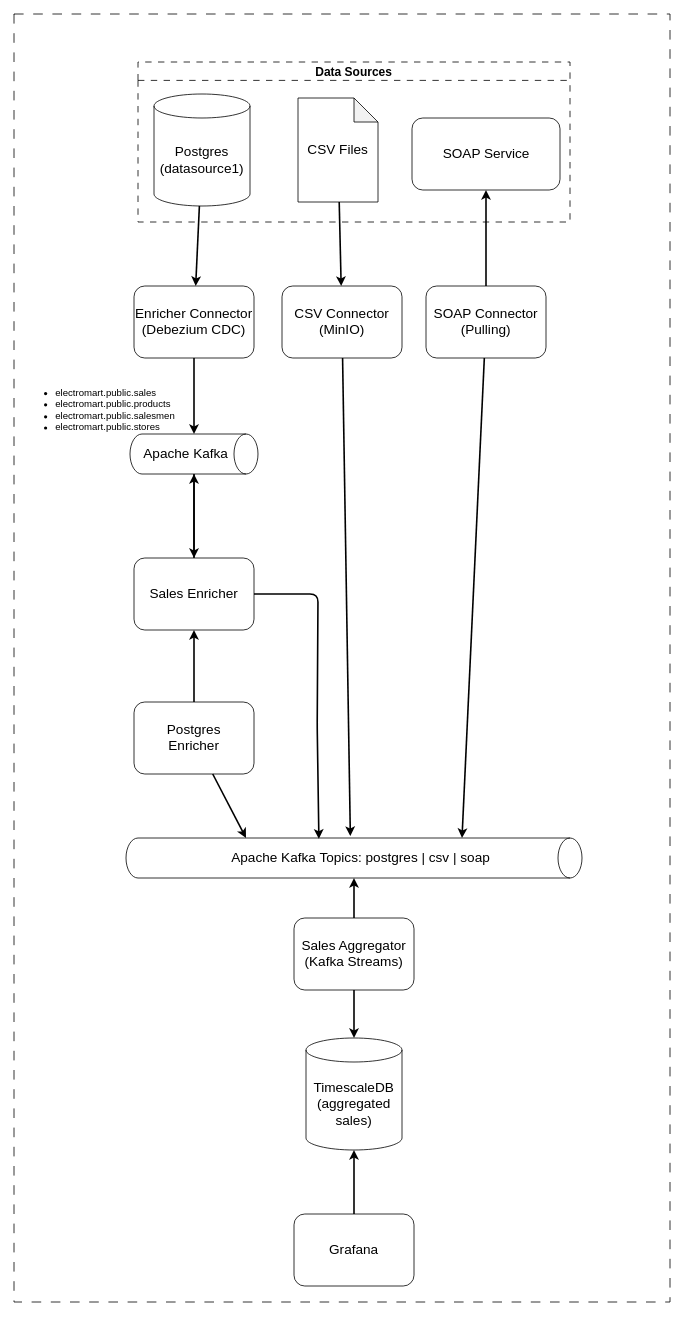
Earlier version of the draw.io diagram data/salesman-kata-v2/diagrams/solutions.drawio (codegik/team-red). Source tidied: cells renumbered, new cells numbered last; positions are measured from the earlier drawing's top-left corner, leaving out a move shared by most shapes. Both pictures are drawn from the tidied source at 80%, with x=0, y=0 at pixel (14, 14).
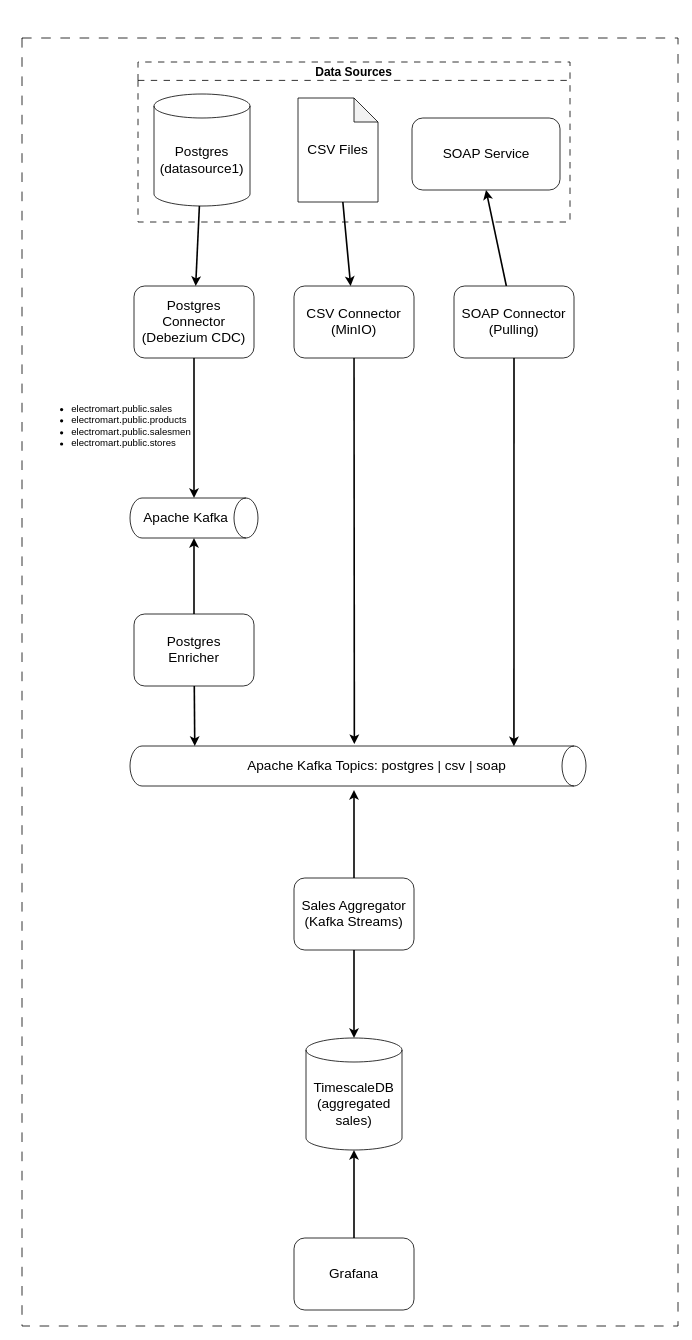
The same diagram, later.

Commit message (it also covers changes not shown here):
Revert "fixing sales enricher"

What changed in the source:
```diff
@@
     <mxCell id="2" style="rounded=0;whiteSpace=wrap;html=1;dashed=1;dashPattern=12 12;" parent="1" vertex="1">
-      <mxGeometry width="820" height="1610" as="geometry" />
+      <mxGeometry x="10" y="30" width="820" height="1610" as="geometry" />
     </mxCell>
@@
-    <mxCell id="7" value="&lt;font style=&quot;font-size: 17px;&quot;&gt;Enricher Connector&lt;/font&gt;&lt;div&gt;&lt;font style=&quot;font-size: 17px;&quot;&gt;(Debezium CDC)&lt;/font&gt;&lt;/div&gt;" style="rounded=1;whiteSpace=wrap;html=1;" parent="1" vertex="1">
+    <mxCell id="7" value="&lt;font style=&quot;font-size: 17px;&quot;&gt;Postgres Connector&lt;/font&gt;&lt;div&gt;&lt;font style=&quot;font-size: 17px;&quot;&gt;(Debezium CDC)&lt;/font&gt;&lt;/div&gt;" style="rounded=1;whiteSpace=wrap;html=1;" parent="1" vertex="1">
       <mxGeometry x="150" y="340" width="150" height="90" as="geometry" />
     </mxCell>
     <mxCell id="8" value="&lt;font style=&quot;font-size: 17px;&quot;&gt;Postgres&lt;/font&gt;&lt;div&gt;&lt;font style=&quot;font-size: 17px;&quot;&gt;Enricher&lt;/font&gt;&lt;/div&gt;" style="rounded=1;whiteSpace=wrap;html=1;" parent="1" vertex="1">
-      <mxGeometry x="150" y="860" width="150" height="90" as="geometry" />
+      <mxGeometry x="150" y="750" width="150" height="90" as="geometry" />
     </mxCell>
     <mxCell id="9" value="&lt;font style=&quot;font-size: 17px;&quot;&gt;CSV Connector&lt;/font&gt;&lt;div&gt;&lt;font style=&quot;font-size: 17px;&quot;&gt;(MinIO)&lt;/font&gt;&lt;/div&gt;" style="rounded=1;whiteSpace=wrap;html=1;" parent="1" vertex="1">
-      <mxGeometry x="335" y="340" width="150" height="90" as="geometry" />
+      <mxGeometry x="350" y="340" width="150" height="90" as="geometry" />
     </mxCell>
@@
-    <mxCell id="11" style="edgeStyle=none;html=1;entryX=0;entryY=0;entryDx=0;entryDy=150;entryPerimeter=0;strokeWidth=2;" parent="1" edge="1" source="12" target="15">
+    <mxCell id="11" style="edgeStyle=none;html=1;entryX=0.008;entryY=0.158;entryDx=0;entryDy=0;entryPerimeter=0;strokeWidth=2;" parent="1" edge="1" source="12" target="15">
       <mxGeometry relative="1" as="geometry" />
     </mxCell>
     <mxCell id="12" value="&lt;span style=&quot;font-size: 17px;&quot;&gt;SOAP Connector&lt;/span&gt;&lt;div&gt;&lt;span style=&quot;font-size: 17px;&quot;&gt;(Pulling)&lt;/span&gt;&lt;/div&gt;" style="rounded=1;whiteSpace=wrap;html=1;" parent="1" vertex="1">
-      <mxGeometry x="515" y="340" width="150" height="90" as="geometry" />
+      <mxGeometry x="550" y="340" width="150" height="90" as="geometry" />
     </mxCell>
     <mxCell id="13" style="shape=cylinder3;whiteSpace=wrap;html=1;boundedLbl=1;backgroundOutline=1;size=15;rotation=90;" parent="1" vertex="1">
-      <mxGeometry x="200" y="470" width="50" height="160" as="geometry" />
+      <mxGeometry x="200" y="550" width="50" height="160" as="geometry" />
     </mxCell>
     <mxCell id="14" value="&lt;font style=&quot;font-size: 17px;&quot;&gt;Apache Kafka&lt;/font&gt;" style="text;html=1;align=center;verticalAlign=middle;whiteSpace=wrap;rounded=0;" parent="1" vertex="1">
-      <mxGeometry x="160" y="535" width="110" height="30" as="geometry" />
+      <mxGeometry x="160" y="615" width="110" height="30" as="geometry" />
     </mxCell>
     <mxCell id="15" style="shape=cylinder3;whiteSpace=wrap;html=1;boundedLbl=1;backgroundOutline=1;size=15;rotation=90;" parent="1" vertex="1">
-      <mxGeometry x="400" y="770" width="50" height="570" as="geometry" />
+      <mxGeometry x="405" y="655" width="50" height="570" as="geometry" />
     </mxCell>
     <mxCell id="16" value="&lt;font style=&quot;font-size: 17px;&quot;&gt;Apache Kafka Topics: postgres | csv | soap&lt;/font&gt;" style="text;html=1;align=left;verticalAlign=middle;whiteSpace=wrap;rounded=0;" parent="1" vertex="1">
-      <mxGeometry x="270" y="1040" width="340" height="30" as="geometry" />
+      <mxGeometry x="290" y="925" width="340" height="30" as="geometry" />
     </mxCell>
@@
-    <mxCell id="20" style="edgeStyle=none;html=1;entryX=1;entryY=0.5;entryDx=0;entryDy=0;entryPerimeter=0;strokeWidth=2;" parent="1" edge="1" source="33" target="13">
+    <mxCell id="20" style="edgeStyle=none;html=1;entryX=1;entryY=0.5;entryDx=0;entryDy=0;entryPerimeter=0;strokeWidth=2;" parent="1" edge="1" source="8" target="13">
       <mxGeometry relative="1" as="geometry" />
     </mxCell>
@@
-    <mxCell id="22" style="edgeStyle=none;html=1;entryX=0;entryY=0;entryDx=0;entryDy=420;entryPerimeter=0;strokeWidth=2;" parent="1" edge="1" source="8" target="15">
+    <mxCell id="22" style="edgeStyle=none;html=1;entryX=0.001;entryY=0.858;entryDx=0;entryDy=0;entryPerimeter=0;strokeWidth=2;" parent="1" edge="1" source="8" target="15">
       <mxGeometry relative="1" as="geometry" />
     </mxCell>
-    <mxCell id="23" style="edgeStyle=none;html=1;strokeWidth=2;entryX=1;entryY=0.5;entryDx=0;entryDy=0;entryPerimeter=0;" parent="1" edge="1" source="24" target="15">
-      <mxGeometry relative="1" as="geometry" />
+    <mxCell id="23" style="edgeStyle=none;html=1;strokeWidth=2;" parent="1" edge="1" source="24">
+      <mxGeometry relative="1" as="geometry">
+        <mxPoint x="425" y="970" as="targetPoint" />
+      </mxGeometry>
     </mxCell>
     <mxCell id="24" value="&lt;span style=&quot;font-size: 17px;&quot;&gt;Sales Aggregator&lt;/span&gt;&lt;div&gt;&lt;span style=&quot;font-size: 17px;&quot;&gt;(Kafka Streams)&lt;/span&gt;&lt;/div&gt;" style="rounded=1;whiteSpace=wrap;html=1;" parent="1" vertex="1">
-      <mxGeometry x="350" y="1130" width="150" height="90" as="geometry" />
+      <mxGeometry x="350" y="1080" width="150" height="90" as="geometry" />
     </mxCell>
     <mxCell id="25" value="&lt;ul&gt;&lt;li&gt;&lt;font style=&quot;color: rgb(0, 0, 0);&quot;&gt;electromart.public.sales&lt;/font&gt;&lt;/li&gt;&lt;li&gt;&lt;font style=&quot;color: rgb(0, 0, 0);&quot;&gt;electromart.public.products&lt;/font&gt;&lt;/li&gt;&lt;li&gt;&lt;font style=&quot;color: rgb(0, 0, 0);&quot;&gt;electromart.public.salesmen&lt;/font&gt;&lt;/li&gt;&lt;li&gt;&lt;font style=&quot;color: rgb(0, 0, 0);&quot;&gt;electromart.public.stores&lt;/font&gt;&lt;/li&gt;&lt;/ul&gt;" style="text;html=1;align=left;verticalAlign=middle;whiteSpace=wrap;rounded=0;" parent="1" vertex="1">
-      <mxGeometry x="10" y="460" width="210" height="70" as="geometry" />
+      <mxGeometry x="30" y="480" width="210" height="70" as="geometry" />
     </mxCell>
@@
     <mxCell id="27" value="&lt;span style=&quot;font-size: 17px;&quot;&gt;Grafana&lt;/span&gt;" style="rounded=1;whiteSpace=wrap;html=1;" parent="1" vertex="1">
-      <mxGeometry x="350" y="1500" width="150" height="90" as="geometry" />
+      <mxGeometry x="350" y="1530" width="150" height="90" as="geometry" />
     </mxCell>
@@
-    <mxCell id="30" style="edgeStyle=none;html=1;strokeWidth=2;" parent="1" edge="1" source="13" target="33">
-      <mxGeometry relative="1" as="geometry" />
-    </mxCell>
-    <mxCell id="31" style="edgeStyle=none;html=1;strokeWidth=2;entryX=0.02;entryY=0.577;entryDx=0;entryDy=0;entryPerimeter=0;" parent="1" edge="1" source="33" target="15">
-      <mxGeometry relative="1" as="geometry">
-        <Array as="points">
-          <mxPoint x="380" y="725" />
-          <mxPoint x="379" y="890" />
-        </Array>
-      </mxGeometry>
-    </mxCell>
-    <mxCell id="32" style="edgeStyle=none;html=1;entryX=0.5;entryY=1;entryDx=0;entryDy=0;strokeWidth=2;" parent="1" edge="1" source="8" target="33">
-      <mxGeometry relative="1" as="geometry" />
-    </mxCell>
-    <mxCell id="33" value="&lt;font style=&quot;font-size: 17px;&quot;&gt;Sales Enricher&lt;/font&gt;" style="rounded=1;whiteSpace=wrap;html=1;fillColor=none;strokeColor=default;" parent="1" vertex="1">
-      <mxGeometry x="150" y="680" width="150" height="90" as="geometry" />
-    </mxCell>
```
